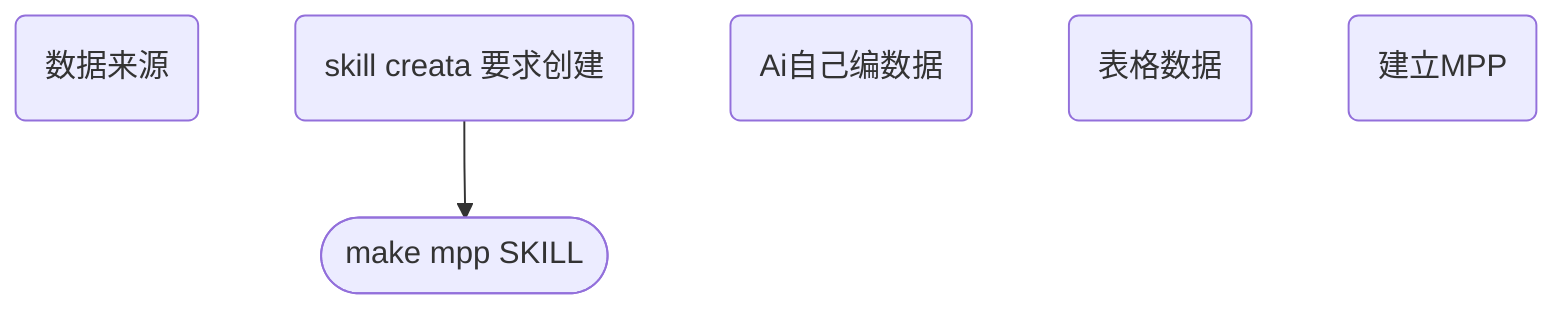
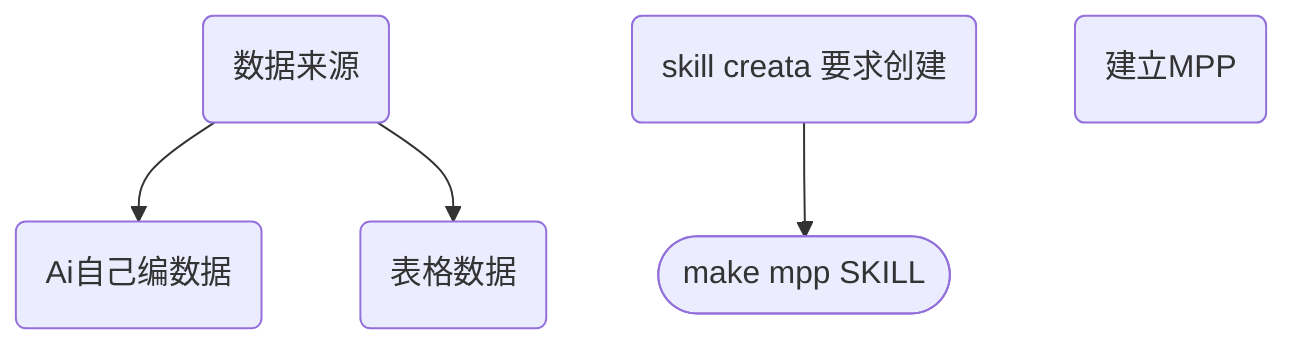
flowchart TD
  n_0(["make mpp SKILL"])
  n_1("数据来源")
  n_2("skill  creata 要求创建")
  n_3("Ai自己编数据")
  n_4("表格数据")
  n_5("建立MPP")
  n_2 --> n_0
+   n_1 --> n_3
+   n_1 --> n_4
